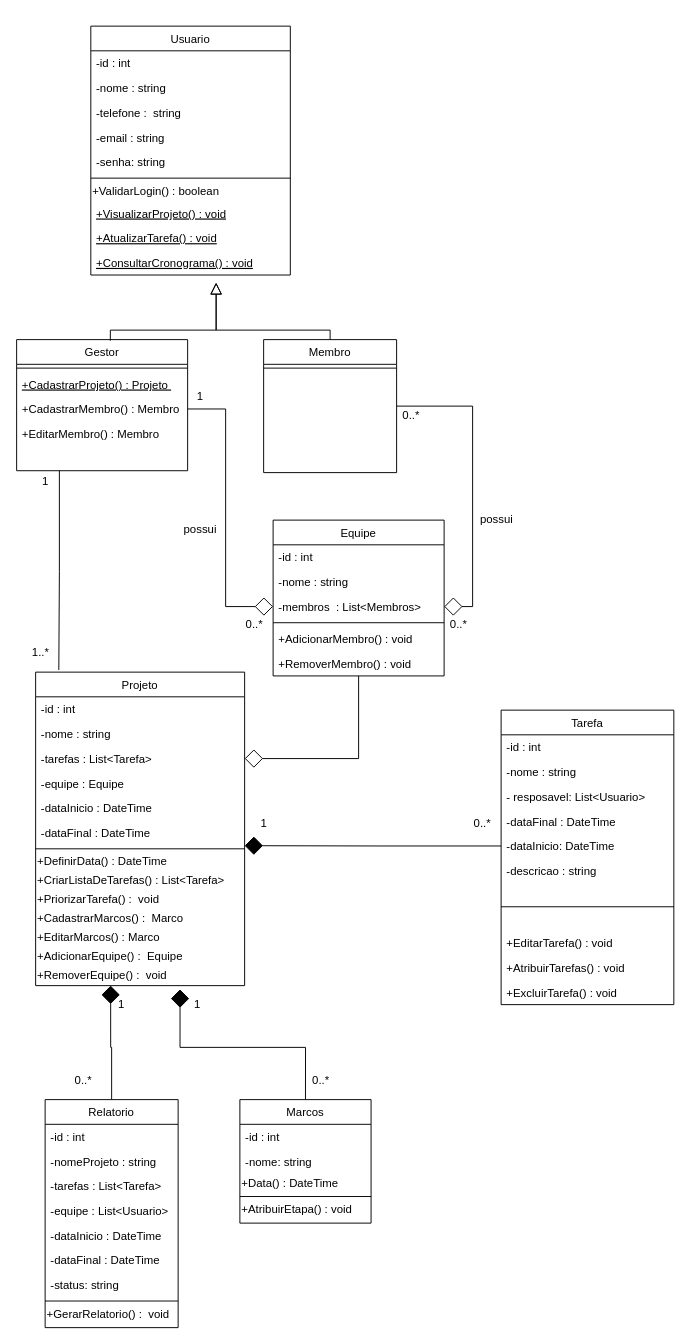
leoonn/Diagrama-de-classes keeps this draw.io diagram as Diagrama de classes Tcc.drawio. Above is the earlier version. Source tidied: cells renumbered, new cells numbered last; positions are measured from the earlier drawing's top-left corner, leaving out a move shared by most shapes. Both pictures are drawn from the tidied source at 95%, with x=0, y=0 at pixel (16, 26).
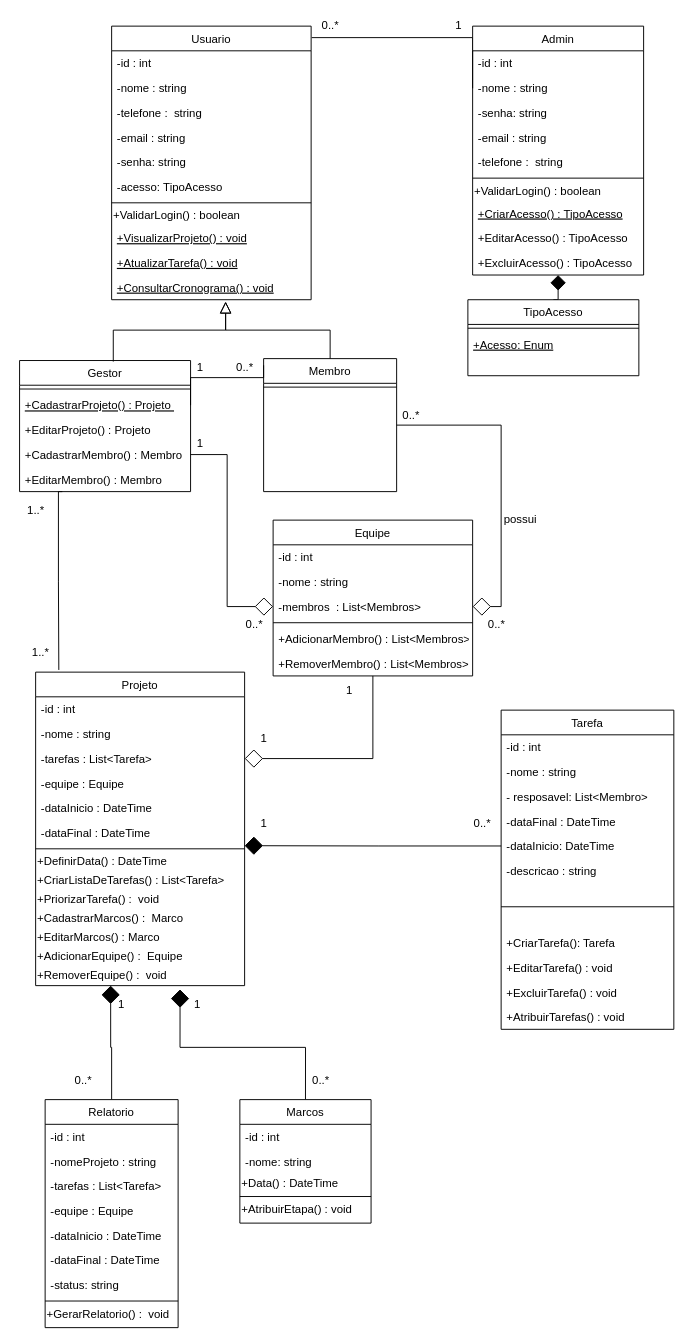
Above is the later version.

Commit message (it also covers changes not shown here):
adicionando wireframe e modificando diagrama de classe

The change refers to these unchanged cells:
```xml
<mxCell id="16" value="+CadastrarProjeto() : Projeto " style="text;align=left;verticalAlign=top;spacingLeft=4;spacingRight=4;overflow=hidden;points=[[0,0.5],[1,0.5]];portConstraint=eastwest;fontStyle=4;" parent="14" vertex="1">
  <mxGeometry y="34" width="180" height="26" as="geometry" />
</mxCell>
<mxCell id="24" value="Projeto" style="swimlane;fontStyle=0;align=center;verticalAlign=top;horizontal=1;startSize=26;rounded=0;shadow=0;strokeWidth=1;" parent="1" vertex="1">
  <mxGeometry x="20" y="680" width="220" height="330" as="geometry" />
</mxCell>
<mxCell id="60" value="Relatorio" style="swimlane;fontStyle=0;align=center;verticalAlign=top;horizontal=1;startSize=26;rounded=0;shadow=0;strokeWidth=1;" parent="1" vertex="1">
  <mxGeometry x="30" y="1130" width="140" height="240" as="geometry" />
</mxCell>
```

Change to the diagram source:
```diff
@@
     <mxCell id="2" value="Usuario" style="swimlane;fontStyle=0;align=center;verticalAlign=top;horizontal=1;startSize=26;rounded=0;shadow=0;strokeWidth=1;" parent="1" vertex="1">
-      <mxGeometry x="78.1" width="210" height="262" as="geometry" />
+      <mxGeometry x="100" width="210" height="288" as="geometry" />
     </mxCell>
@@
+    <mxCell id="95" value="-acesso: TipoAcesso &#10;" style="text;align=left;verticalAlign=top;spacingLeft=4;spacingRight=4;overflow=hidden;rounded=0;shadow=0;html=0;fontStyle=0;" parent="2" vertex="1">
+      <mxGeometry y="156" width="210" height="26" as="geometry" />
+    </mxCell>
     <mxCell id="8" style="line;html=1;strokeWidth=1;align=left;verticalAlign=middle;spacingTop=-1;spacingLeft=3;spacingRight=3;labelPosition=right;" parent="2" vertex="1">
-      <mxGeometry y="156" width="210" height="8" as="geometry" />
+      <mxGeometry y="182" width="210" height="8" as="geometry" />
     </mxCell>
     <mxCell id="9" value="+ValidarLogin() : boolean" style="text;html=1;align=left;verticalAlign=middle;strokeColor=none;fillColor=none;" parent="2" vertex="1">
-      <mxGeometry y="164" width="210" height="20" as="geometry" />
+      <mxGeometry y="190" width="210" height="20" as="geometry" />
     </mxCell>
     <mxCell id="10" value="+VisualizarProjeto() : void" style="text;align=left;verticalAlign=top;spacingLeft=4;spacingRight=4;overflow=hidden;fontStyle=4;" parent="2" vertex="1">
-      <mxGeometry y="184" width="210" height="26" as="geometry" />
+      <mxGeometry y="210" width="210" height="26" as="geometry" />
     </mxCell>
     <mxCell id="11" value="+AtualizarTarefa() : void" style="text;align=left;verticalAlign=top;spacingLeft=4;spacingRight=4;overflow=hidden;fontStyle=4;" parent="2" vertex="1">
-      <mxGeometry y="210" width="210" height="26" as="geometry" />
+      <mxGeometry y="236" width="210" height="26" as="geometry" />
     </mxCell>
     <mxCell id="12" value="+ConsultarCronograma() : void&#10;" style="text;align=left;verticalAlign=top;spacingLeft=4;spacingRight=4;overflow=hidden;fontStyle=4;" parent="2" vertex="1">
-      <mxGeometry y="236" width="210" height="26" as="geometry" />
+      <mxGeometry y="262" width="210" height="26" as="geometry" />
     </mxCell>
     <mxCell id="13" style="edgeStyle=orthogonalEdgeStyle;rounded=0;jettySize=auto;html=1;exitX=0.25;exitY=1;exitDx=0;exitDy=0;entryX=0.111;entryY=-0.007;entryDx=0;entryDy=0;entryPerimeter=0;endArrow=none;endFill=0;endSize=17;" parent="1" edge="1" source="14" target="24">
-      <mxGeometry relative="1" as="geometry" />
+      <mxGeometry relative="1" as="geometry">
+        <Array as="points">
+          <mxPoint x="44" y="490" />
+          <mxPoint x="44" y="585" />
+        </Array>
+      </mxGeometry>
     </mxCell>
     <mxCell id="14" value="Gestor" style="swimlane;fontStyle=0;align=center;verticalAlign=top;horizontal=1;startSize=26;rounded=0;shadow=0;strokeWidth=1;" parent="1" vertex="1">
-      <mxGeometry y="330" width="180" height="138" as="geometry" />
+      <mxGeometry x="3.1" y="352" width="180" height="138" as="geometry" />
     </mxCell>
@@
+    <mxCell id="96" value="+EditarProjeto() : Projeto &#10;" style="text;align=left;verticalAlign=top;spacingLeft=4;spacingRight=4;overflow=hidden;" parent="14" vertex="1">
+      <mxGeometry y="60" width="180" height="26" as="geometry" />
+    </mxCell>
-    <mxCell id="17" value="+CadastrarMembro() : Membro" style="text;align=left;verticalAlign=top;spacingLeft=4;spacingRight=4;overflow=hidden;points=[[0,0.5],[1,0.5]];portConstraint=eastwest;" parent="14" vertex="1">
-      <mxGeometry y="60" width="180" height="26" as="geometry" />
+    <mxCell id="17" value="+CadastrarMembro() : Membro" style="text;align=left;verticalAlign=top;spacingLeft=4;spacingRight=4;overflow=hidden;points=[[0,0.5],[1,0.5]];portConstraint=eastwest;" parent="14" vertex="1">
+      <mxGeometry y="86" width="180" height="26" as="geometry" />
     </mxCell>
     <mxCell id="18" value="+EditarMembro() : Membro&#10;" style="text;align=left;verticalAlign=top;spacingLeft=4;spacingRight=4;overflow=hidden;" parent="14" vertex="1">
-      <mxGeometry y="86" width="180" height="26" as="geometry" />
+      <mxGeometry y="112" width="180" height="26" as="geometry" />
     </mxCell>
     <mxCell id="19" style="endArrow=block;endSize=10;endFill=0;shadow=0;strokeWidth=1;rounded=0;edgeStyle=elbowEdgeStyle;elbow=vertical;exitX=0.548;exitY=0.008;exitDx=0;exitDy=0;exitPerimeter=0;" parent="1" edge="1" source="14">
       <mxGeometry relative="1" as="geometry">
-        <mxPoint x="210" y="270" as="targetPoint" />
+        <mxPoint x="220" y="290" as="targetPoint" />
         <Array as="points">
           <mxPoint x="110" y="320" />
           <mxPoint x="90" y="280" />
           <mxPoint x="110" y="270" />
           <mxPoint x="100" y="240" />
           <mxPoint x="160" y="230" />
           <mxPoint x="140" y="210" />
           <mxPoint x="130" y="210" />
           <mxPoint x="130" y="210" />
           <mxPoint x="140" y="230" />
           <mxPoint x="70" y="230" />
           <mxPoint x="110" y="220" />
           <mxPoint x="170" y="240" />
         </Array>
       </mxGeometry>
     </mxCell>
@@
     <mxCell id="21" value="Membro" style="swimlane;fontStyle=0;align=center;verticalAlign=top;horizontal=1;startSize=26;rounded=0;shadow=0;strokeWidth=1;" parent="1" vertex="1">
-      <mxGeometry x="260" y="330" width="140" height="140" as="geometry" />
+      <mxGeometry x="260" y="350" width="140" height="140" as="geometry" />
     </mxCell>
@@
     <mxCell id="23" style="endArrow=block;endSize=10;endFill=0;shadow=0;strokeWidth=1;rounded=0;edgeStyle=elbowEdgeStyle;elbow=vertical;exitX=0.5;exitY=0;exitDx=0;exitDy=0;" parent="1" edge="1" source="21">
       <mxGeometry relative="1" as="geometry">
-        <mxPoint x="210" y="270" as="targetPoint" />
+        <mxPoint x="220" y="290" as="targetPoint" />
         <Array as="points">
           <mxPoint x="220" y="320" />
           <mxPoint x="190" y="240" />
           <mxPoint x="140" y="230" />
           <mxPoint x="130" y="240" />
           <mxPoint x="130" y="240" />
           <mxPoint x="130" y="240" />
           <mxPoint x="220" y="240" />
           <mxPoint x="230" y="250" />
           <mxPoint x="210" y="240" />
           <mxPoint x="230" y="250" />
           <mxPoint x="230" y="240" />
           <mxPoint x="220" y="250" />
           <mxPoint x="320" y="240" />
           <mxPoint x="250" y="240" />
           <mxPoint x="290" y="230" />
           <mxPoint x="350" y="250" />
         </Array>
       </mxGeometry>
     </mxCell>
@@
     <mxCell id="40" value="Tarefa" style="swimlane;fontStyle=0;align=center;verticalAlign=top;horizontal=1;startSize=26;rounded=0;shadow=0;strokeWidth=1;" parent="1" vertex="1">
-      <mxGeometry x="510" y="720" width="181.8" height="310" as="geometry" />
+      <mxGeometry x="510" y="720" width="181.8" height="336" as="geometry" />
     </mxCell>
@@
-    <mxCell id="43" value="- resposavel: List&lt;Usuario&gt;" style="text;align=left;verticalAlign=top;spacingLeft=4;spacingRight=4;overflow=hidden;rounded=0;shadow=0;html=0;" parent="40" vertex="1">
+    <mxCell id="43" value="- resposavel: List&lt;Membro&gt;" style="text;align=left;verticalAlign=top;spacingLeft=4;spacingRight=4;overflow=hidden;rounded=0;shadow=0;html=0;" parent="40" vertex="1">
       <mxGeometry y="78" width="181.8" height="26" as="geometry" />
     </mxCell>
@@
+    <mxCell id="97" value="+CriarTarefa(): Tarefa" style="text;align=left;verticalAlign=top;spacingLeft=4;spacingRight=4;overflow=hidden;" parent="40" vertex="1">
+      <mxGeometry y="232" width="181.8" height="26" as="geometry" />
+    </mxCell>
     <mxCell id="48" value="+EditarTarefa() : void" style="text;align=left;verticalAlign=top;spacingLeft=4;spacingRight=4;overflow=hidden;" parent="40" vertex="1">
-      <mxGeometry y="232" width="181.8" height="26" as="geometry" />
+      <mxGeometry y="258" width="181.8" height="26" as="geometry" />
     </mxCell>
+    <mxCell id="50" value="+ExcluirTarefa() : void&#10;" style="text;align=left;verticalAlign=top;spacingLeft=4;spacingRight=4;overflow=hidden;" parent="40" vertex="1">
+      <mxGeometry y="284" width="181.8" height="26" as="geometry" />
+    </mxCell>
     <mxCell id="49" value="+AtribuirTarefas() : void&#10;" style="text;align=left;verticalAlign=top;spacingLeft=4;spacingRight=4;overflow=hidden;" parent="40" vertex="1">
-      <mxGeometry y="258" width="181.8" height="26" as="geometry" />
+      <mxGeometry y="310" width="181.8" height="26" as="geometry" />
     </mxCell>
-    <mxCell id="50" value="+ExcluirTarefa() : void&#10;" style="text;align=left;verticalAlign=top;spacingLeft=4;spacingRight=4;overflow=hidden;" parent="40" vertex="1">
-      <mxGeometry y="284" width="181.8" height="26" as="geometry" />
-    </mxCell>
@@
     <mxCell id="52" value="Equipe" style="swimlane;fontStyle=0;align=center;verticalAlign=top;horizontal=1;startSize=26;rounded=0;shadow=0;strokeWidth=1;" parent="1" vertex="1">
-      <mxGeometry x="270" y="520" width="180" height="164" as="geometry" />
+      <mxGeometry x="270" y="520" width="210" height="164" as="geometry" />
     </mxCell>
     <mxCell id="53" value="-id : int" style="text;align=left;verticalAlign=top;spacingLeft=4;spacingRight=4;overflow=hidden;rounded=0;shadow=0;html=0;" parent="52" vertex="1">
-      <mxGeometry y="26" width="180" height="26" as="geometry" />
+      <mxGeometry y="26" width="210" height="26" as="geometry" />
     </mxCell>
     <mxCell id="54" value="-nome : string " style="text;align=left;verticalAlign=top;spacingLeft=4;spacingRight=4;overflow=hidden;" parent="52" vertex="1">
-      <mxGeometry y="52" width="180" height="26" as="geometry" />
+      <mxGeometry y="52" width="210" height="26" as="geometry" />
     </mxCell>
     <mxCell id="55" value="-membros  : List&lt;Membros&gt;" style="text;align=left;verticalAlign=top;spacingLeft=4;spacingRight=4;overflow=hidden;points=[[0,0.5],[1,0.5]];portConstraint=eastwest;rounded=0;shadow=0;html=0;" parent="52" vertex="1">
-      <mxGeometry y="78" width="180" height="26" as="geometry" />
+      <mxGeometry y="78" width="210" height="26" as="geometry" />
     </mxCell>
     <mxCell id="56" style="line;html=1;strokeWidth=1;align=left;verticalAlign=middle;spacingTop=-1;spacingLeft=3;spacingRight=3;labelPosition=right;" parent="52" vertex="1">
-      <mxGeometry y="104" width="180" height="8" as="geometry" />
+      <mxGeometry y="104" width="210" height="8" as="geometry" />
     </mxCell>
-    <mxCell id="57" value="+AdicionarMembro() : void" style="text;align=left;verticalAlign=top;spacingLeft=4;spacingRight=4;overflow=hidden;" parent="52" vertex="1">
-      <mxGeometry y="112" width="180" height="26" as="geometry" />
+    <mxCell id="57" value="+AdicionarMembro() : List&lt;Membros&gt;" style="text;align=left;verticalAlign=top;spacingLeft=4;spacingRight=4;overflow=hidden;" parent="52" vertex="1">
+      <mxGeometry y="112" width="210" height="26" as="geometry" />
     </mxCell>
-    <mxCell id="58" value="+RemoverMembro() : void" style="text;align=left;verticalAlign=top;spacingLeft=4;spacingRight=4;overflow=hidden;" parent="52" vertex="1">
-      <mxGeometry y="138" width="180" height="26" as="geometry" />
+    <mxCell id="58" value="+RemoverMembro() : List&lt;Membros&gt;" style="text;align=left;verticalAlign=top;spacingLeft=4;spacingRight=4;overflow=hidden;" parent="52" vertex="1">
+      <mxGeometry y="138" width="210" height="26" as="geometry" />
     </mxCell>
@@
-    <mxCell id="64" value="-equipe : List&lt;Usuario&gt;" style="text;align=left;verticalAlign=top;spacingLeft=4;spacingRight=4;overflow=hidden;points=[[0,0.5],[1,0.5]];portConstraint=eastwest;rounded=0;shadow=0;html=0;" parent="60" vertex="1">
+    <mxCell id="64" value="-equipe : Equipe" style="text;align=left;verticalAlign=top;spacingLeft=4;spacingRight=4;overflow=hidden;points=[[0,0.5],[1,0.5]];portConstraint=eastwest;rounded=0;shadow=0;html=0;" parent="60" vertex="1">
       <mxGeometry y="104" width="140" height="26" as="geometry" />
     </mxCell>
@@
     <mxCell id="80" value="1" style="text;html=1;align=center;verticalAlign=middle;strokeColor=none;fillColor=none;" parent="1" vertex="1">
-      <mxGeometry x="183.1" y="380" width="20" height="20" as="geometry" />
+      <mxGeometry x="183.1" y="430" width="20" height="20" as="geometry" />
     </mxCell>
@@
     <mxCell id="82" value="0..*" style="text;html=1;align=center;verticalAlign=middle;strokeColor=none;fillColor=none;" parent="1" vertex="1">
-      <mxGeometry x="450" y="620" width="30" height="20" as="geometry" />
+      <mxGeometry x="490" y="620" width="30" height="20" as="geometry" />
     </mxCell>
-    <mxCell id="83" value="possui" style="text;html=1;align=center;verticalAlign=middle;strokeColor=none;fillColor=none;" parent="1" vertex="1">
-      <mxGeometry x="168.1" y="520" width="50" height="20" as="geometry" />
-    </mxCell>
     <mxCell id="84" value="possui" style="text;html=1;align=center;verticalAlign=middle;strokeColor=none;fillColor=none;" parent="1" vertex="1">
-      <mxGeometry x="480" y="510" width="50" height="20" as="geometry" />
+      <mxGeometry x="505" y="510" width="50" height="20" as="geometry" />
     </mxCell>
@@
-    <mxCell id="93" value="1" style="text;html=1;align=center;verticalAlign=middle;strokeColor=none;fillColor=none;" parent="1" vertex="1">
-      <mxGeometry x="20" y="470" width="20" height="20" as="geometry" />
-    </mxCell>
@@
+    <mxCell id="98" style="edgeStyle=orthogonalEdgeStyle;rounded=0;jettySize=auto;html=1;exitX=0;exitY=0.25;exitDx=0;exitDy=0;entryX=1.003;entryY=0.042;entryDx=0;entryDy=0;entryPerimeter=0;endArrow=none;endFill=0;endSize=10;" parent="1" edge="1" source="99" target="2">
+      <mxGeometry relative="1" as="geometry">
+        <Array as="points">
+          <mxPoint x="480" y="12" />
+        </Array>
+      </mxGeometry>
+    </mxCell>
+    <mxCell id="99" value="Admin" style="swimlane;fontStyle=0;align=center;verticalAlign=top;horizontal=1;startSize=26;rounded=0;shadow=0;strokeWidth=1;" parent="1" vertex="1">
+      <mxGeometry x="480" width="180" height="262" as="geometry" />
+    </mxCell>
+    <mxCell id="100" value="-id : int" style="text;align=left;verticalAlign=top;spacingLeft=4;spacingRight=4;overflow=hidden;rounded=0;shadow=0;html=0;" parent="99" vertex="1">
+      <mxGeometry y="26" width="180" height="26" as="geometry" />
+    </mxCell>
+    <mxCell id="101" value="-nome : string " style="text;align=left;verticalAlign=top;spacingLeft=4;spacingRight=4;overflow=hidden;" parent="99" vertex="1">
+      <mxGeometry y="52" width="180" height="26" as="geometry" />
+    </mxCell>
+    <mxCell id="102" value="-senha: string" style="text;align=left;verticalAlign=top;spacingLeft=4;spacingRight=4;overflow=hidden;rounded=0;shadow=0;html=0;fontStyle=0;" parent="99" vertex="1">
+      <mxGeometry y="78" width="180" height="26" as="geometry" />
+    </mxCell>
+    <mxCell id="103" value="-email : string" style="text;align=left;verticalAlign=top;spacingLeft=4;spacingRight=4;overflow=hidden;rounded=0;shadow=0;html=0;" parent="99" vertex="1">
+      <mxGeometry y="104" width="180" height="26" as="geometry" />
+    </mxCell>
+    <mxCell id="104" value="-telefone :  string" style="text;align=left;verticalAlign=top;spacingLeft=4;spacingRight=4;overflow=hidden;rounded=0;shadow=0;html=0;" parent="99" vertex="1">
+      <mxGeometry y="130" width="180" height="26" as="geometry" />
+    </mxCell>
+    <mxCell id="105" style="line;html=1;strokeWidth=1;align=left;verticalAlign=middle;spacingTop=-1;spacingLeft=3;spacingRight=3;labelPosition=right;" parent="99" vertex="1">
+      <mxGeometry y="156" width="180" height="8" as="geometry" />
+    </mxCell>
+    <mxCell id="106" value="+ValidarLogin() : boolean" style="text;html=1;align=left;verticalAlign=middle;strokeColor=none;fillColor=none;" parent="99" vertex="1">
+      <mxGeometry y="164" width="180" height="20" as="geometry" />
+    </mxCell>
+    <mxCell id="107" value="+CriarAcesso() : TipoAcesso" style="text;align=left;verticalAlign=top;spacingLeft=4;spacingRight=4;overflow=hidden;fontStyle=4;" parent="99" vertex="1">
+      <mxGeometry y="184" width="180" height="26" as="geometry" />
+    </mxCell>
+    <mxCell id="108" value="+EditarAcesso() : TipoAcesso" style="text;align=left;verticalAlign=top;spacingLeft=4;spacingRight=4;overflow=hidden;" parent="99" vertex="1">
+      <mxGeometry y="210" width="180" height="26" as="geometry" />
+    </mxCell>
+    <mxCell id="109" value="+ExcluirAcesso() : TipoAcesso" style="text;align=left;verticalAlign=top;spacingLeft=4;spacingRight=4;overflow=hidden;" parent="99" vertex="1">
+      <mxGeometry y="236" width="180" height="26" as="geometry" />
+    </mxCell>
+    <mxCell id="110" style="edgeStyle=orthogonalEdgeStyle;rounded=0;jettySize=auto;html=1;exitX=0.5;exitY=0;exitDx=0;exitDy=0;entryX=0.5;entryY=1;entryDx=0;entryDy=0;endArrow=diamond;endFill=1;endSize=14;" parent="1" edge="1" source="111" target="99">
+      <mxGeometry relative="1" as="geometry">
+        <Array as="points">
+          <mxPoint x="570" y="288" />
+        </Array>
+      </mxGeometry>
+    </mxCell>
+    <mxCell id="111" value="TipoAcesso" style="swimlane;fontStyle=0;align=center;verticalAlign=top;horizontal=1;startSize=26;rounded=0;shadow=0;strokeWidth=1;" parent="1" vertex="1">
+      <mxGeometry x="475" y="288" width="180" height="80" as="geometry" />
+    </mxCell>
+    <mxCell id="112" style="line;html=1;strokeWidth=1;align=left;verticalAlign=middle;spacingTop=-1;spacingLeft=3;spacingRight=3;labelPosition=right;" parent="111" vertex="1">
+      <mxGeometry y="26" width="180" height="8" as="geometry" />
+    </mxCell>
+    <mxCell id="113" value="+Acesso: Enum" style="text;align=left;verticalAlign=top;spacingLeft=4;spacingRight=4;overflow=hidden;fontStyle=4;" parent="111" vertex="1">
+      <mxGeometry y="34" width="180" height="26" as="geometry" />
+    </mxCell>
+    <mxCell id="114" value="1" style="text;html=1;align=center;verticalAlign=middle;strokeColor=none;fillColor=none;" parent="1" vertex="1">
+      <mxGeometry x="250" y="740" width="20" height="20" as="geometry" />
+    </mxCell>
+    <mxCell id="115" value="1" style="text;html=1;align=center;verticalAlign=middle;strokeColor=none;fillColor=none;" parent="1" vertex="1">
+      <mxGeometry x="340" y="690" width="20" height="20" as="geometry" />
+    </mxCell>
+    <mxCell id="116" value="1..*" style="text;html=1;align=center;verticalAlign=middle;strokeColor=none;fillColor=none;" parent="1" vertex="1">
+      <mxGeometry x="5" y="500" width="30" height="20" as="geometry" />
+    </mxCell>
+    <mxCell id="117" value="1" style="text;html=1;align=center;verticalAlign=middle;strokeColor=none;fillColor=none;" parent="1" vertex="1">
+      <mxGeometry x="455" y="-10" width="20" height="20" as="geometry" />
+    </mxCell>
+    <mxCell id="118" value="0..*" style="text;html=1;align=center;verticalAlign=middle;strokeColor=none;fillColor=none;" parent="1" vertex="1">
+      <mxGeometry x="315" y="-10" width="30" height="20" as="geometry" />
+    </mxCell>
+    <mxCell id="119" style="edgeStyle=orthogonalEdgeStyle;rounded=0;jettySize=auto;html=1;exitX=1;exitY=0.5;exitDx=0;exitDy=0;entryX=0;entryY=0.05;entryDx=0;entryDy=0;entryPerimeter=0;endArrow=none;endFill=0;endSize=14;" parent="1" edge="1" source="16" target="21">
+      <mxGeometry relative="1" as="geometry">
+        <Array as="points">
+          <mxPoint x="183" y="370" />
+          <mxPoint x="260" y="370" />
+        </Array>
+      </mxGeometry>
+    </mxCell>
+    <mxCell id="120" value="1" style="text;html=1;align=center;verticalAlign=middle;strokeColor=none;fillColor=none;" parent="1" vertex="1">
+      <mxGeometry x="183.1" y="350" width="20" height="20" as="geometry" />
+    </mxCell>
+    <mxCell id="121" value="0..*" style="text;html=1;align=center;verticalAlign=middle;strokeColor=none;fillColor=none;" parent="1" vertex="1">
+      <mxGeometry x="225" y="350" width="30" height="20" as="geometry" />
+    </mxCell>
```
